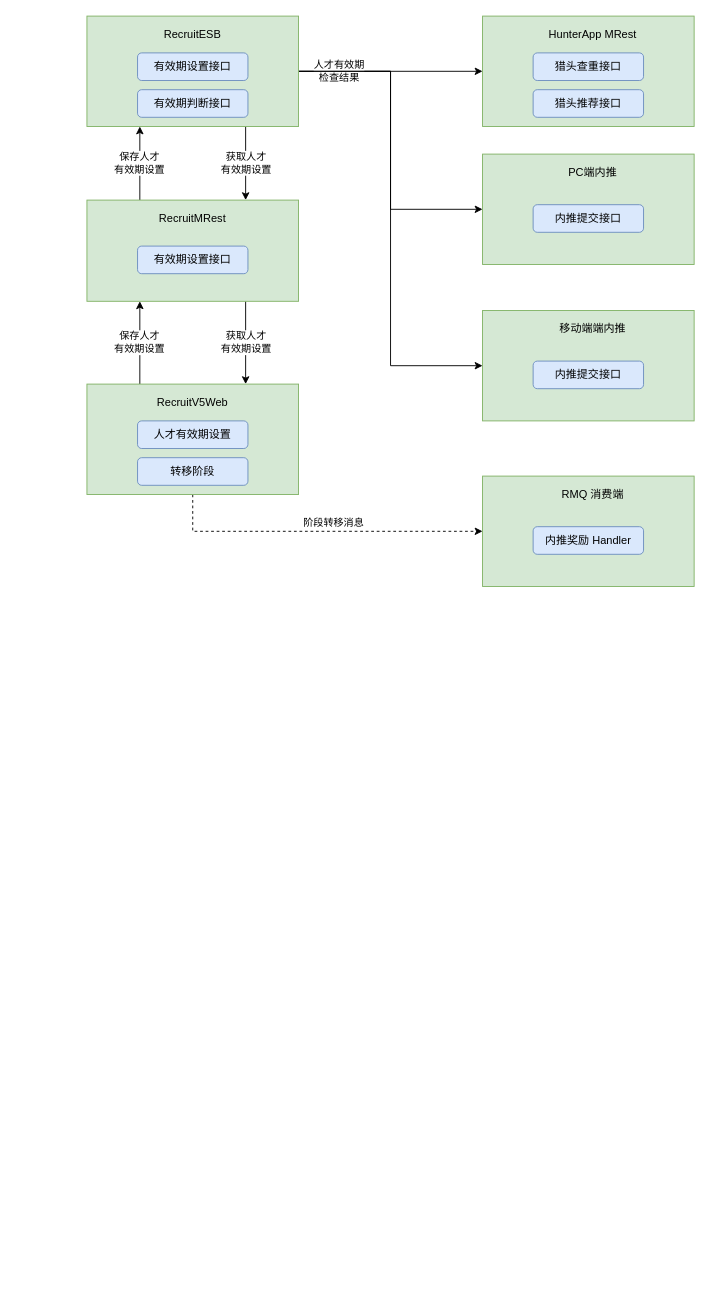
The draw.io diagram 人才有效期系统边界.drawio in Lucas20029/MyDiagrams, before the edit. Source tidied: cells renumbered, new cells numbered last; positions are measured from the earlier drawing's top-left corner, leaving out a move shared by most shapes. Both pictures are drawn from the tidied source at 92%, with x=0, y=0 at pixel (86, 16).
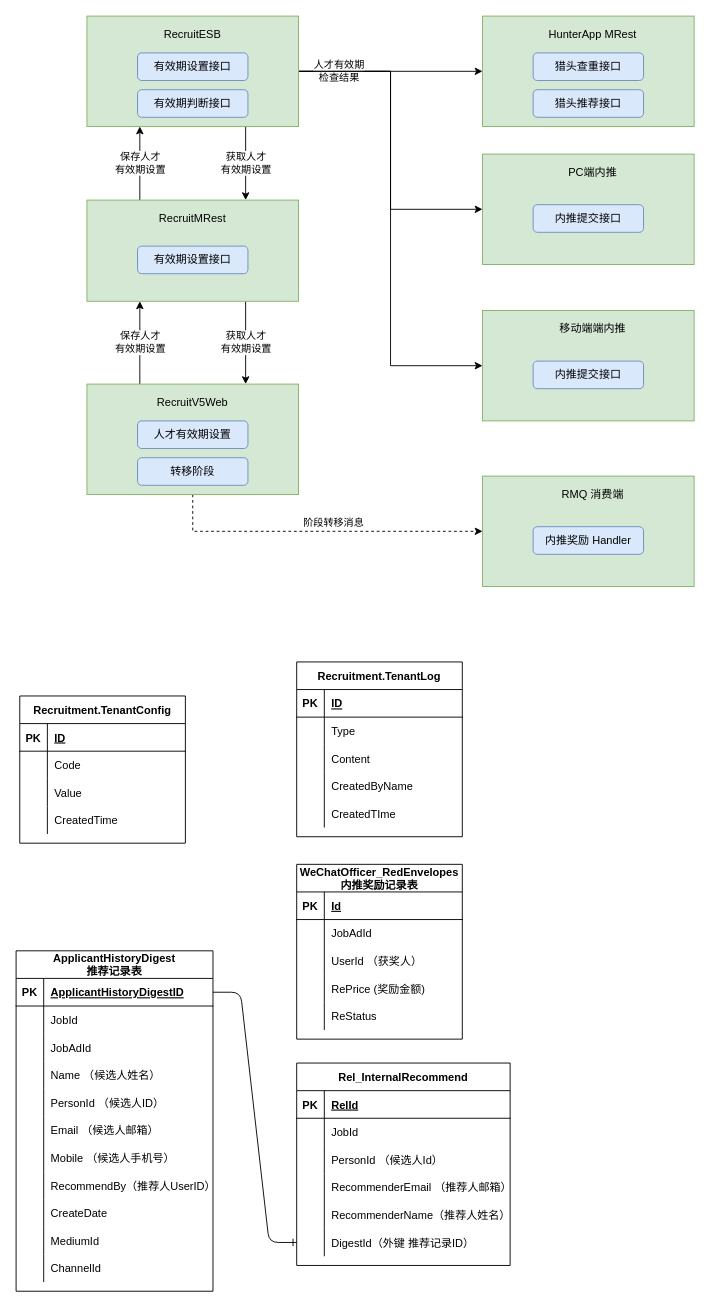
The same page after the edit.

Commit message:
Update 人才有效期系统边界.drawio

The edit, as a diff of the source:
```diff
@@
+    <mxCell id="35" value="Recruitment.TenantConfig" style="shape=table;startSize=30;childLayout=tableLayout;rowLines=0;fontStyle=1;align=center;" parent="1" vertex="1">
+      <mxGeometry x="-73" y="739" width="180" height="160" as="geometry" />
+    </mxCell>
+    <mxCell id="36" style="shape=partialRectangle;fillColor=none;top=0;left=0;bottom=1;right=0;" parent="35" vertex="1">
+      <mxGeometry y="30" width="180" height="30" as="geometry" />
+    </mxCell>
+    <mxCell id="37" value="PK" style="shape=partialRectangle;fillColor=none;top=0;left=0;bottom=0;right=0;fontStyle=1;overflow=hidden;" parent="36" vertex="1">
+      <mxGeometry width="30" height="30" as="geometry" />
+    </mxCell>
+    <mxCell id="38" value="ID" style="shape=partialRectangle;fillColor=none;top=0;left=0;bottom=0;right=0;align=left;spacingLeft=6;fontStyle=5;overflow=hidden;" parent="36" vertex="1">
+      <mxGeometry x="30" width="150" height="30" as="geometry" />
+    </mxCell>
+    <mxCell id="39" style="shape=partialRectangle;fillColor=none;top=0;left=0;bottom=0;right=0;" parent="35" vertex="1">
+      <mxGeometry y="60" width="180" height="30" as="geometry" />
+    </mxCell>
+    <mxCell id="40" style="shape=partialRectangle;fillColor=none;top=0;left=0;bottom=0;right=0;overflow=hidden;" parent="39" vertex="1">
+      <mxGeometry width="30" height="30" as="geometry" />
+    </mxCell>
+    <mxCell id="41" value="Code" style="shape=partialRectangle;fillColor=none;top=0;left=0;bottom=0;right=0;align=left;spacingLeft=6;overflow=hidden;" parent="39" vertex="1">
+      <mxGeometry x="30" width="150" height="30" as="geometry" />
+    </mxCell>
+    <mxCell id="42" style="shape=partialRectangle;fillColor=none;top=0;left=0;bottom=0;right=0;" parent="35" vertex="1">
+      <mxGeometry y="90" width="180" height="30" as="geometry" />
+    </mxCell>
+    <mxCell id="43" style="shape=partialRectangle;fillColor=none;top=0;left=0;bottom=0;right=0;overflow=hidden;" parent="42" vertex="1">
+      <mxGeometry width="30" height="30" as="geometry" />
+    </mxCell>
+    <mxCell id="44" value="Value" style="shape=partialRectangle;fillColor=none;top=0;left=0;bottom=0;right=0;align=left;spacingLeft=6;overflow=hidden;" parent="42" vertex="1">
+      <mxGeometry x="30" width="150" height="30" as="geometry" />
+    </mxCell>
+    <mxCell id="45" style="shape=partialRectangle;fillColor=none;top=0;left=0;bottom=0;right=0;" parent="35" vertex="1">
+      <mxGeometry y="120" width="180" height="30" as="geometry" />
+    </mxCell>
+    <mxCell id="46" style="shape=partialRectangle;fillColor=none;top=0;left=0;bottom=0;right=0;overflow=hidden;" parent="45" vertex="1">
+      <mxGeometry width="30" height="30" as="geometry" />
+    </mxCell>
+    <mxCell id="47" value="CreatedTime" style="shape=partialRectangle;fillColor=none;top=0;left=0;bottom=0;right=0;align=left;spacingLeft=6;overflow=hidden;" parent="45" vertex="1">
+      <mxGeometry x="30" width="150" height="30" as="geometry" />
+    </mxCell>
+    <mxCell id="48" value="Recruitment.TenantLog" style="shape=table;startSize=30;childLayout=tableLayout;rowLines=0;fontStyle=1;align=center;" parent="1" vertex="1">
+      <mxGeometry x="228" y="702" width="180" height="190" as="geometry" />
+    </mxCell>
+    <mxCell id="49" style="shape=partialRectangle;fillColor=none;top=0;left=0;bottom=1;right=0;" parent="48" vertex="1">
+      <mxGeometry y="30" width="180" height="30" as="geometry" />
+    </mxCell>
+    <mxCell id="50" value="PK" style="shape=partialRectangle;fillColor=none;top=0;left=0;bottom=0;right=0;fontStyle=1;overflow=hidden;" parent="49" vertex="1">
+      <mxGeometry width="30" height="30" as="geometry" />
+    </mxCell>
+    <mxCell id="51" value="ID" style="shape=partialRectangle;fillColor=none;top=0;left=0;bottom=0;right=0;align=left;spacingLeft=6;fontStyle=5;overflow=hidden;" parent="49" vertex="1">
+      <mxGeometry x="30" width="150" height="30" as="geometry" />
+    </mxCell>
+    <mxCell id="52" style="shape=partialRectangle;fillColor=none;top=0;left=0;bottom=0;right=0;" parent="48" vertex="1">
+      <mxGeometry y="60" width="180" height="30" as="geometry" />
+    </mxCell>
+    <mxCell id="53" style="shape=partialRectangle;fillColor=none;top=0;left=0;bottom=0;right=0;overflow=hidden;" parent="52" vertex="1">
+      <mxGeometry width="30" height="30" as="geometry" />
+    </mxCell>
+    <mxCell id="54" value="Type" style="shape=partialRectangle;fillColor=none;top=0;left=0;bottom=0;right=0;align=left;spacingLeft=6;overflow=hidden;" parent="52" vertex="1">
+      <mxGeometry x="30" width="150" height="30" as="geometry" />
+    </mxCell>
+    <mxCell id="55" style="shape=partialRectangle;fillColor=none;top=0;left=0;bottom=0;right=0;" parent="48" vertex="1">
+      <mxGeometry y="90" width="180" height="30" as="geometry" />
+    </mxCell>
+    <mxCell id="56" style="shape=partialRectangle;fillColor=none;top=0;left=0;bottom=0;right=0;overflow=hidden;" parent="55" vertex="1">
+      <mxGeometry width="30" height="30" as="geometry" />
+    </mxCell>
+    <mxCell id="57" value="Content" style="shape=partialRectangle;fillColor=none;top=0;left=0;bottom=0;right=0;align=left;spacingLeft=6;overflow=hidden;" parent="55" vertex="1">
+      <mxGeometry x="30" width="150" height="30" as="geometry" />
+    </mxCell>
+    <mxCell id="58" style="shape=partialRectangle;fillColor=none;top=0;left=0;bottom=0;right=0;" parent="48" vertex="1">
+      <mxGeometry y="120" width="180" height="30" as="geometry" />
+    </mxCell>
+    <mxCell id="59" style="shape=partialRectangle;fillColor=none;top=0;left=0;bottom=0;right=0;overflow=hidden;" parent="58" vertex="1">
+      <mxGeometry width="30" height="30" as="geometry" />
+    </mxCell>
+    <mxCell id="60" value="CreatedByName" style="shape=partialRectangle;fillColor=none;top=0;left=0;bottom=0;right=0;align=left;spacingLeft=6;overflow=hidden;" parent="58" vertex="1">
+      <mxGeometry x="30" width="150" height="30" as="geometry" />
+    </mxCell>
+    <mxCell id="61" style="shape=partialRectangle;fillColor=none;top=0;left=0;bottom=0;right=0;" parent="48" vertex="1">
+      <mxGeometry y="150" width="180" height="30" as="geometry" />
+    </mxCell>
+    <mxCell id="62" style="shape=partialRectangle;fillColor=none;top=0;left=0;bottom=0;right=0;overflow=hidden;" parent="61" vertex="1">
+      <mxGeometry width="30" height="30" as="geometry" />
+    </mxCell>
+    <mxCell id="63" value="CreatedTIme" style="shape=partialRectangle;fillColor=none;top=0;left=0;bottom=0;right=0;align=left;spacingLeft=6;overflow=hidden;" parent="61" vertex="1">
+      <mxGeometry x="30" width="150" height="30" as="geometry" />
+    </mxCell>
+    <mxCell id="64" value="ApplicantHistoryDigest&#10;推荐记录表" style="shape=table;startSize=30;childLayout=tableLayout;rowLines=0;fontStyle=1;align=center;" parent="1" vertex="1">
+      <mxGeometry x="-77" y="1016" width="214" height="370" as="geometry" />
+    </mxCell>
+    <mxCell id="65" style="shape=partialRectangle;fillColor=none;top=0;left=0;bottom=1;right=0;points=[[0,0.5],[1,0.5]];portConstraint=eastwest;" parent="64" vertex="1">
+      <mxGeometry y="30" width="214" height="30" as="geometry" />
+    </mxCell>
+    <mxCell id="66" value="PK" style="shape=partialRectangle;fillColor=none;top=0;left=0;bottom=0;right=0;fontStyle=1;overflow=hidden;" parent="65" vertex="1">
+      <mxGeometry width="30" height="30" as="geometry" />
+    </mxCell>
+    <mxCell id="67" value="ApplicantHistoryDigestID" style="shape=partialRectangle;fillColor=none;top=0;left=0;bottom=0;right=0;align=left;spacingLeft=6;fontStyle=5;overflow=hidden;" parent="65" vertex="1">
+      <mxGeometry x="30" width="184" height="30" as="geometry" />
+    </mxCell>
+    <mxCell id="68" style="shape=partialRectangle;fillColor=none;top=0;left=0;bottom=0;right=0;" parent="64" vertex="1">
+      <mxGeometry y="60" width="214" height="30" as="geometry" />
+    </mxCell>
+    <mxCell id="69" style="shape=partialRectangle;fillColor=none;top=0;left=0;bottom=0;right=0;overflow=hidden;" parent="68" vertex="1">
+      <mxGeometry width="30" height="30" as="geometry" />
+    </mxCell>
+    <mxCell id="70" value="JobId" style="shape=partialRectangle;fillColor=none;top=0;left=0;bottom=0;right=0;align=left;spacingLeft=6;overflow=hidden;" parent="68" vertex="1">
+      <mxGeometry x="30" width="184" height="30" as="geometry" />
+    </mxCell>
+    <mxCell id="71" style="shape=partialRectangle;fillColor=none;top=0;left=0;bottom=0;right=0;" parent="64" vertex="1">
+      <mxGeometry y="90" width="214" height="30" as="geometry" />
+    </mxCell>
+    <mxCell id="72" style="shape=partialRectangle;fillColor=none;top=0;left=0;bottom=0;right=0;overflow=hidden;" parent="71" vertex="1">
+      <mxGeometry width="30" height="30" as="geometry" />
+    </mxCell>
+    <mxCell id="73" value="JobAdId" style="shape=partialRectangle;fillColor=none;top=0;left=0;bottom=0;right=0;align=left;spacingLeft=6;overflow=hidden;" parent="71" vertex="1">
+      <mxGeometry x="30" width="184" height="30" as="geometry" />
+    </mxCell>
+    <mxCell id="74" style="shape=partialRectangle;fillColor=none;top=0;left=0;bottom=0;right=0;" parent="64" vertex="1">
+      <mxGeometry y="120" width="214" height="30" as="geometry" />
+    </mxCell>
+    <mxCell id="75" style="shape=partialRectangle;fillColor=none;top=0;left=0;bottom=0;right=0;overflow=hidden;" parent="74" vertex="1">
+      <mxGeometry width="30" height="30" as="geometry" />
+    </mxCell>
+    <mxCell id="76" value="Name （候选人姓名）" style="shape=partialRectangle;fillColor=none;top=0;left=0;bottom=0;right=0;align=left;spacingLeft=6;overflow=hidden;" parent="74" vertex="1">
+      <mxGeometry x="30" width="184" height="30" as="geometry" />
+    </mxCell>
+    <mxCell id="77" style="shape=partialRectangle;fillColor=none;top=0;left=0;bottom=0;right=0;" parent="64" vertex="1">
+      <mxGeometry y="150" width="214" height="30" as="geometry" />
+    </mxCell>
+    <mxCell id="78" style="shape=partialRectangle;fillColor=none;top=0;left=0;bottom=0;right=0;overflow=hidden;" parent="77" vertex="1">
+      <mxGeometry width="30" height="30" as="geometry" />
+    </mxCell>
+    <mxCell id="79" value="PersonId （候选人ID）" style="shape=partialRectangle;fillColor=none;top=0;left=0;bottom=0;right=0;align=left;spacingLeft=6;overflow=hidden;" parent="77" vertex="1">
+      <mxGeometry x="30" width="184" height="30" as="geometry" />
+    </mxCell>
+    <mxCell id="80" style="shape=partialRectangle;fillColor=none;top=0;left=0;bottom=0;right=0;" parent="64" vertex="1">
+      <mxGeometry y="180" width="214" height="30" as="geometry" />
+    </mxCell>
+    <mxCell id="81" style="shape=partialRectangle;fillColor=none;top=0;left=0;bottom=0;right=0;overflow=hidden;" parent="80" vertex="1">
+      <mxGeometry width="30" height="30" as="geometry" />
+    </mxCell>
+    <mxCell id="82" value="Email （候选人邮箱）" style="shape=partialRectangle;fillColor=none;top=0;left=0;bottom=0;right=0;align=left;spacingLeft=6;overflow=hidden;" parent="80" vertex="1">
+      <mxGeometry x="30" width="184" height="30" as="geometry" />
+    </mxCell>
+    <mxCell id="83" style="shape=partialRectangle;fillColor=none;top=0;left=0;bottom=0;right=0;" parent="64" vertex="1">
+      <mxGeometry y="210" width="214" height="30" as="geometry" />
+    </mxCell>
+    <mxCell id="84" style="shape=partialRectangle;fillColor=none;top=0;left=0;bottom=0;right=0;overflow=hidden;" parent="83" vertex="1">
+      <mxGeometry width="30" height="30" as="geometry" />
+    </mxCell>
+    <mxCell id="85" value="Mobile （候选人手机号）" style="shape=partialRectangle;fillColor=none;top=0;left=0;bottom=0;right=0;align=left;spacingLeft=6;overflow=hidden;" parent="83" vertex="1">
+      <mxGeometry x="30" width="184" height="30" as="geometry" />
+    </mxCell>
+    <mxCell id="86" style="shape=partialRectangle;fillColor=none;top=0;left=0;bottom=0;right=0;" parent="64" vertex="1">
+      <mxGeometry y="240" width="214" height="30" as="geometry" />
+    </mxCell>
+    <mxCell id="87" style="shape=partialRectangle;fillColor=none;top=0;left=0;bottom=0;right=0;overflow=hidden;" parent="86" vertex="1">
+      <mxGeometry width="30" height="30" as="geometry" />
+    </mxCell>
+    <mxCell id="88" value="RecommendBy（推荐人UserID）" style="shape=partialRectangle;fillColor=none;top=0;left=0;bottom=0;right=0;align=left;spacingLeft=6;overflow=hidden;" parent="86" vertex="1">
+      <mxGeometry x="30" width="184" height="30" as="geometry" />
+    </mxCell>
+    <mxCell id="89" style="shape=partialRectangle;fillColor=none;top=0;left=0;bottom=0;right=0;" parent="64" vertex="1">
+      <mxGeometry y="270" width="214" height="30" as="geometry" />
+    </mxCell>
+    <mxCell id="90" style="shape=partialRectangle;fillColor=none;top=0;left=0;bottom=0;right=0;overflow=hidden;" parent="89" vertex="1">
+      <mxGeometry width="30" height="30" as="geometry" />
+    </mxCell>
+    <mxCell id="91" value="CreateDate" style="shape=partialRectangle;fillColor=none;top=0;left=0;bottom=0;right=0;align=left;spacingLeft=6;overflow=hidden;" parent="89" vertex="1">
+      <mxGeometry x="30" width="184" height="30" as="geometry" />
+    </mxCell>
+    <mxCell id="92" style="shape=partialRectangle;fillColor=none;top=0;left=0;bottom=0;right=0;" parent="64" vertex="1">
+      <mxGeometry y="300" width="214" height="30" as="geometry" />
+    </mxCell>
+    <mxCell id="93" style="shape=partialRectangle;fillColor=none;top=0;left=0;bottom=0;right=0;overflow=hidden;" parent="92" vertex="1">
+      <mxGeometry width="30" height="30" as="geometry" />
+    </mxCell>
+    <mxCell id="94" value="MediumId" style="shape=partialRectangle;fillColor=none;top=0;left=0;bottom=0;right=0;align=left;spacingLeft=6;overflow=hidden;" parent="92" vertex="1">
+      <mxGeometry x="30" width="184" height="30" as="geometry" />
+    </mxCell>
+    <mxCell id="95" style="shape=partialRectangle;fillColor=none;top=0;left=0;bottom=0;right=0;" parent="64" vertex="1">
+      <mxGeometry y="330" width="214" height="30" as="geometry" />
+    </mxCell>
+    <mxCell id="96" style="shape=partialRectangle;fillColor=none;top=0;left=0;bottom=0;right=0;overflow=hidden;" parent="95" vertex="1">
+      <mxGeometry width="30" height="30" as="geometry" />
+    </mxCell>
+    <mxCell id="97" value="ChannelId" style="shape=partialRectangle;fillColor=none;top=0;left=0;bottom=0;right=0;align=left;spacingLeft=6;overflow=hidden;" parent="95" vertex="1">
+      <mxGeometry x="30" width="184" height="30" as="geometry" />
+    </mxCell>
+    <mxCell id="98" value="Rel_InternalRecommend" style="shape=table;startSize=30;childLayout=tableLayout;rowLines=0;fontStyle=1;align=center;" parent="1" vertex="1">
+      <mxGeometry x="228" y="1138" width="232" height="220" as="geometry" />
+    </mxCell>
+    <mxCell id="99" style="shape=partialRectangle;fillColor=none;top=0;left=0;bottom=1;right=0;" parent="98" vertex="1">
+      <mxGeometry y="30" width="232" height="30" as="geometry" />
+    </mxCell>
+    <mxCell id="100" value="PK" style="shape=partialRectangle;fillColor=none;top=0;left=0;bottom=0;right=0;fontStyle=1;overflow=hidden;" parent="99" vertex="1">
+      <mxGeometry width="30" height="30" as="geometry" />
+    </mxCell>
+    <mxCell id="101" value="RelId" style="shape=partialRectangle;fillColor=none;top=0;left=0;bottom=0;right=0;align=left;spacingLeft=6;fontStyle=5;overflow=hidden;" parent="99" vertex="1">
+      <mxGeometry x="30" width="202" height="30" as="geometry" />
+    </mxCell>
+    <mxCell id="102" style="shape=partialRectangle;fillColor=none;top=0;left=0;bottom=0;right=0;" parent="98" vertex="1">
+      <mxGeometry y="60" width="232" height="30" as="geometry" />
+    </mxCell>
+    <mxCell id="103" style="shape=partialRectangle;fillColor=none;top=0;left=0;bottom=0;right=0;overflow=hidden;" parent="102" vertex="1">
+      <mxGeometry width="30" height="30" as="geometry" />
+    </mxCell>
+    <mxCell id="104" value="JobId" style="shape=partialRectangle;fillColor=none;top=0;left=0;bottom=0;right=0;align=left;spacingLeft=6;overflow=hidden;" parent="102" vertex="1">
+      <mxGeometry x="30" width="202" height="30" as="geometry" />
+    </mxCell>
+    <mxCell id="105" style="shape=partialRectangle;fillColor=none;top=0;left=0;bottom=0;right=0;" parent="98" vertex="1">
+      <mxGeometry y="90" width="232" height="30" as="geometry" />
+    </mxCell>
+    <mxCell id="106" style="shape=partialRectangle;fillColor=none;top=0;left=0;bottom=0;right=0;overflow=hidden;" parent="105" vertex="1">
+      <mxGeometry width="30" height="30" as="geometry" />
+    </mxCell>
+    <mxCell id="107" value="PersonId （候选人Id）" style="shape=partialRectangle;fillColor=none;top=0;left=0;bottom=0;right=0;align=left;spacingLeft=6;overflow=hidden;" parent="105" vertex="1">
+      <mxGeometry x="30" width="202" height="30" as="geometry" />
+    </mxCell>
+    <mxCell id="108" style="shape=partialRectangle;fillColor=none;top=0;left=0;bottom=0;right=0;" parent="98" vertex="1">
+      <mxGeometry y="120" width="232" height="30" as="geometry" />
+    </mxCell>
+    <mxCell id="109" style="shape=partialRectangle;fillColor=none;top=0;left=0;bottom=0;right=0;overflow=hidden;" parent="108" vertex="1">
+      <mxGeometry width="30" height="30" as="geometry" />
+    </mxCell>
+    <mxCell id="110" value="RecommenderEmail （推荐人邮箱）" style="shape=partialRectangle;fillColor=none;top=0;left=0;bottom=0;right=0;align=left;spacingLeft=6;overflow=hidden;" parent="108" vertex="1">
+      <mxGeometry x="30" width="202" height="30" as="geometry" />
+    </mxCell>
+    <mxCell id="111" style="shape=partialRectangle;fillColor=none;top=0;left=0;bottom=0;right=0;" parent="98" vertex="1">
+      <mxGeometry y="150" width="232" height="30" as="geometry" />
+    </mxCell>
+    <mxCell id="112" style="shape=partialRectangle;fillColor=none;top=0;left=0;bottom=0;right=0;overflow=hidden;" parent="111" vertex="1">
+      <mxGeometry width="30" height="30" as="geometry" />
+    </mxCell>
+    <mxCell id="113" value="RecommenderName（推荐人姓名）" style="shape=partialRectangle;fillColor=none;top=0;left=0;bottom=0;right=0;align=left;spacingLeft=6;overflow=hidden;" parent="111" vertex="1">
+      <mxGeometry x="30" width="202" height="30" as="geometry" />
+    </mxCell>
+    <mxCell id="114" style="shape=partialRectangle;fillColor=none;top=0;left=0;bottom=0;right=0;points=[[0,0.5],[1,0.5]];portConstraint=eastwest;" parent="98" vertex="1">
+      <mxGeometry y="180" width="232" height="30" as="geometry" />
+    </mxCell>
+    <mxCell id="115" style="shape=partialRectangle;fillColor=none;top=0;left=0;bottom=0;right=0;overflow=hidden;" parent="114" vertex="1">
+      <mxGeometry width="30" height="30" as="geometry" />
+    </mxCell>
+    <mxCell id="116" value="DigestId（外键 推荐记录ID）" style="shape=partialRectangle;fillColor=none;top=0;left=0;bottom=0;right=0;align=left;spacingLeft=6;overflow=hidden;" parent="114" vertex="1">
+      <mxGeometry x="30" width="202" height="30" as="geometry" />
+    </mxCell>
+    <mxCell id="117" style="edgeStyle=entityRelationEdgeStyle;fontSize=12;html=1;endArrow=ERone;endFill=1;entryX=0;entryY=0.5;entryDx=0;entryDy=0;exitX=1;exitY=0.5;exitDx=0;exitDy=0;" parent="1" edge="1" source="65" target="114">
+      <mxGeometry relative="1" as="geometry" />
+    </mxCell>
+    <mxCell id="118" value="WeChatOfficer_RedEnvelopes&#10;内推奖励记录表" style="shape=table;startSize=30;childLayout=tableLayout;rowLines=0;fontStyle=1;align=center;" parent="1" vertex="1">
+      <mxGeometry x="228" y="922" width="180" height="190" as="geometry" />
+    </mxCell>
+    <mxCell id="119" style="shape=partialRectangle;fillColor=none;top=0;left=0;bottom=1;right=0;" parent="118" vertex="1">
+      <mxGeometry y="30" width="180" height="30" as="geometry" />
+    </mxCell>
+    <mxCell id="120" value="PK" style="shape=partialRectangle;fillColor=none;top=0;left=0;bottom=0;right=0;fontStyle=1;overflow=hidden;" parent="119" vertex="1">
+      <mxGeometry width="30" height="30" as="geometry" />
+    </mxCell>
+    <mxCell id="121" value="Id" style="shape=partialRectangle;fillColor=none;top=0;left=0;bottom=0;right=0;align=left;spacingLeft=6;fontStyle=5;overflow=hidden;" parent="119" vertex="1">
+      <mxGeometry x="30" width="150" height="30" as="geometry" />
+    </mxCell>
+    <mxCell id="122" style="shape=partialRectangle;fillColor=none;top=0;left=0;bottom=0;right=0;" parent="118" vertex="1">
+      <mxGeometry y="60" width="180" height="30" as="geometry" />
+    </mxCell>
+    <mxCell id="123" style="shape=partialRectangle;fillColor=none;top=0;left=0;bottom=0;right=0;overflow=hidden;" parent="122" vertex="1">
+      <mxGeometry width="30" height="30" as="geometry" />
+    </mxCell>
+    <mxCell id="124" value="JobAdId" style="shape=partialRectangle;fillColor=none;top=0;left=0;bottom=0;right=0;align=left;spacingLeft=6;overflow=hidden;" parent="122" vertex="1">
+      <mxGeometry x="30" width="150" height="30" as="geometry" />
+    </mxCell>
+    <mxCell id="125" style="shape=partialRectangle;fillColor=none;top=0;left=0;bottom=0;right=0;" parent="118" vertex="1">
+      <mxGeometry y="90" width="180" height="30" as="geometry" />
+    </mxCell>
+    <mxCell id="126" style="shape=partialRectangle;fillColor=none;top=0;left=0;bottom=0;right=0;overflow=hidden;" parent="125" vertex="1">
+      <mxGeometry width="30" height="30" as="geometry" />
+    </mxCell>
+    <mxCell id="127" value="UserId （获奖人）" style="shape=partialRectangle;fillColor=none;top=0;left=0;bottom=0;right=0;align=left;spacingLeft=6;overflow=hidden;" parent="125" vertex="1">
+      <mxGeometry x="30" width="150" height="30" as="geometry" />
+    </mxCell>
+    <mxCell id="128" style="shape=partialRectangle;fillColor=none;top=0;left=0;bottom=0;right=0;" parent="118" vertex="1">
+      <mxGeometry y="120" width="180" height="30" as="geometry" />
+    </mxCell>
+    <mxCell id="129" style="shape=partialRectangle;fillColor=none;top=0;left=0;bottom=0;right=0;overflow=hidden;" parent="128" vertex="1">
+      <mxGeometry width="30" height="30" as="geometry" />
+    </mxCell>
+    <mxCell id="130" value="RePrice (奖励金额)" style="shape=partialRectangle;fillColor=none;top=0;left=0;bottom=0;right=0;align=left;spacingLeft=6;overflow=hidden;" parent="128" vertex="1">
+      <mxGeometry x="30" width="150" height="30" as="geometry" />
+    </mxCell>
+    <mxCell id="131" style="shape=partialRectangle;fillColor=none;top=0;left=0;bottom=0;right=0;" parent="118" vertex="1">
+      <mxGeometry y="150" width="180" height="30" as="geometry" />
+    </mxCell>
+    <mxCell id="132" style="shape=partialRectangle;fillColor=none;top=0;left=0;bottom=0;right=0;overflow=hidden;" parent="131" vertex="1">
+      <mxGeometry width="30" height="30" as="geometry" />
+    </mxCell>
+    <mxCell id="133" value="ReStatus" style="shape=partialRectangle;fillColor=none;top=0;left=0;bottom=0;right=0;align=left;spacingLeft=6;overflow=hidden;" parent="131" vertex="1">
+      <mxGeometry x="30" width="150" height="30" as="geometry" />
+    </mxCell>
```
